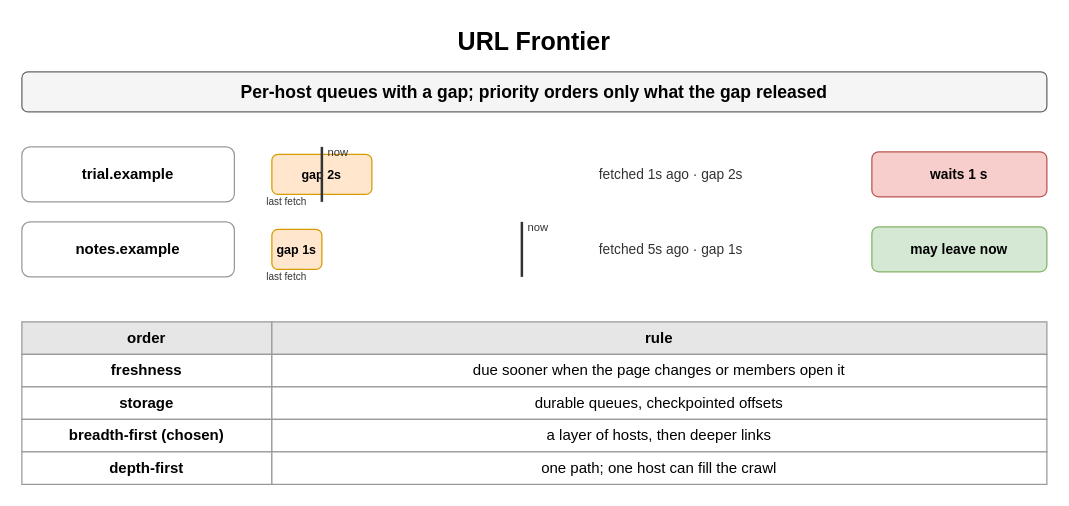
Above: page "URL Frontier" (5 of 9) of content/09_System_Design_Interview/24_Classic_Design_Problems/diagrams/classic-problems.drawio in amendez13/swe-study-guide (draw.io), before the change. Source tidied: cells renumbered, new cells numbered last; positions are measured from the earlier drawing's top-left corner, leaving out a move shared by most shapes. Both pictures are drawn from the tidied source at 125%, with x=0, y=0 at pixel (21, 21).
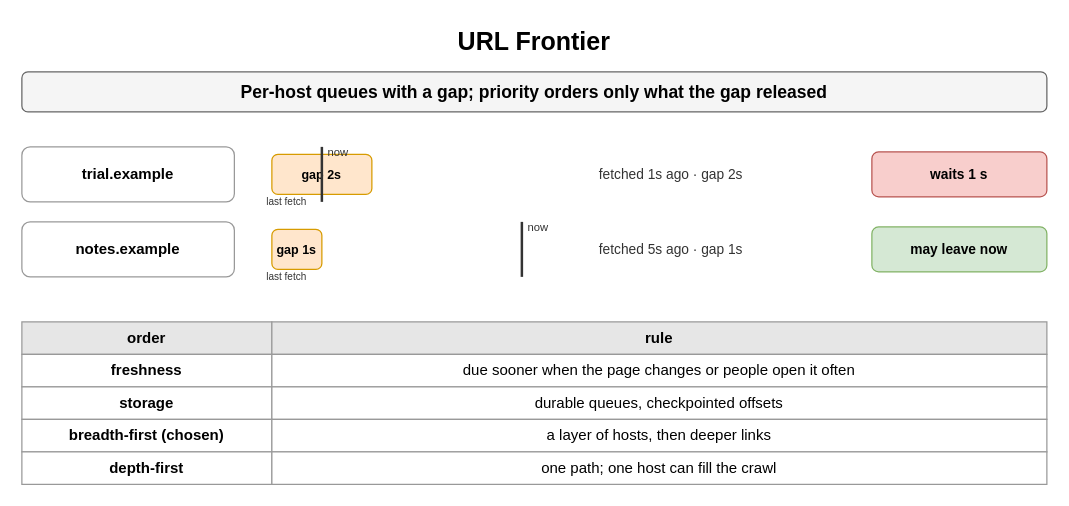
After the change.

Change to the diagram source:
```diff
@@
-    <mxCell id="21" value="due sooner when the page changes or members open it" style="whiteSpace=wrap;html=1;strokeColor=#999999;fontSize=12;fillColor=#ffffff;" parent="1" vertex="1">
+    <mxCell id="21" value="due sooner when the page changes or people open it often" style="whiteSpace=wrap;html=1;strokeColor=#999999;fontSize=12;fillColor=#ffffff;" parent="1" vertex="1">
       <mxGeometry x="200" y="266" width="620" height="26" as="geometry" />
     </mxCell>
```
